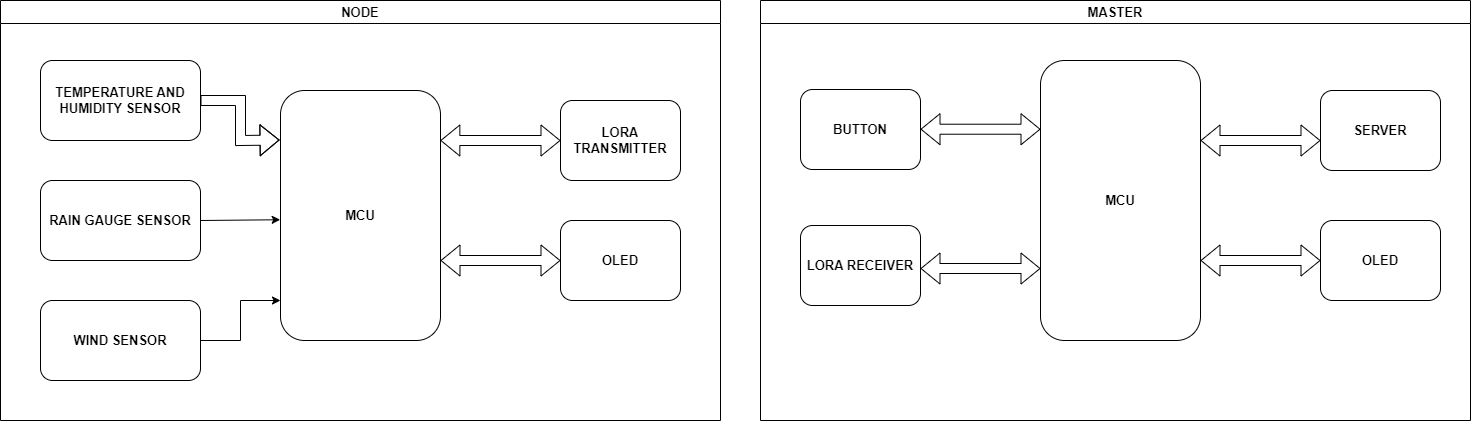
Before: Image/Sơ đồ khối/Sơ đồ khối tổng quát.png, a diagram exported from draw.io (tuanthanhhh/Weather_Monitoring_Station_System). Source tidied: cells renumbered, new cells last; positions are measured from the earlier drawing's top-left corner, leaving out a move shared by most shapes.
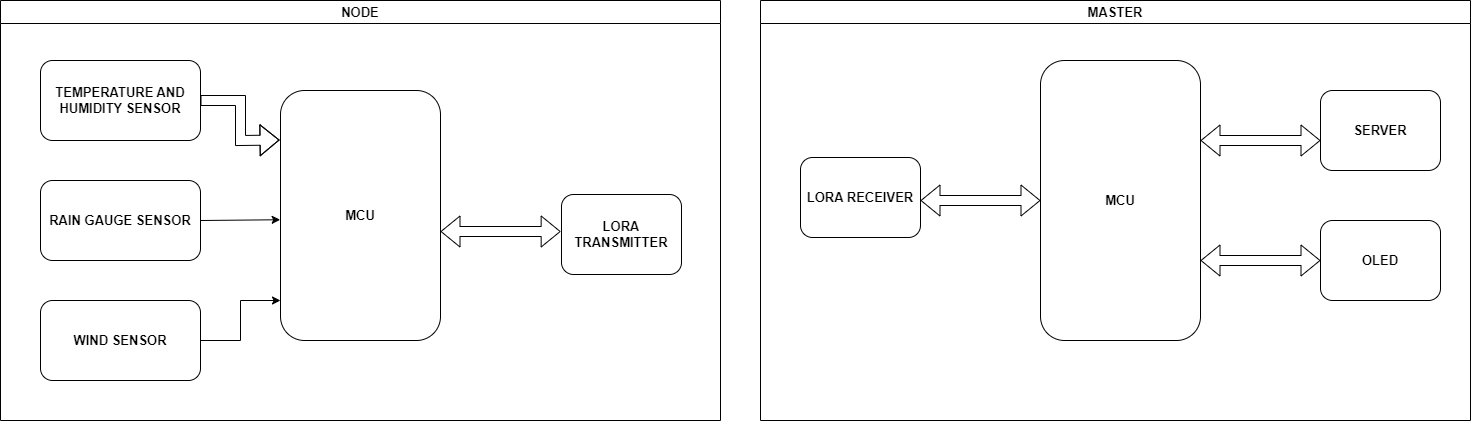
Later version of the same file.

The edit, as a diff of the source:
```diff
@@ -8,18 +8,12 @@
     <mxCell id="3" value="&lt;b style=&quot;font-size: 13px;&quot;&gt;MCU&lt;/b&gt;" style="rounded=1;whiteSpace=wrap;html=1;fontSize=13;" parent="1" vertex="1">
       <mxGeometry x="280" y="90" width="160" height="250" as="geometry" />
     </mxCell>
-    <mxCell id="4" value="LORA TRANSMITTER" style="rounded=1;whiteSpace=wrap;html=1;fontStyle=1;fontSize=13;" parent="1" vertex="1">
-      <mxGeometry x="560" y="100" width="120" height="80" as="geometry" />
-    </mxCell>
     <mxCell id="5" value="&lt;p class=&quot;Listlevel2&quot; style=&quot;text-indent: 0cm; font-size: 13px;&quot;&gt;RAIN GAUGE SENSOR&lt;/p&gt;" style="rounded=1;whiteSpace=wrap;html=1;fontStyle=1;fontSize=13;" parent="1" vertex="1">
       <mxGeometry x="40" y="180" width="160" height="80" as="geometry" />
     </mxCell>
     <mxCell id="6" value="&lt;p class=&quot;Listlevel2&quot; style=&quot;text-indent: 0cm; font-size: 13px;&quot;&gt;WIND SENSOR&lt;/p&gt;" style="rounded=1;whiteSpace=wrap;html=1;fontStyle=1;fontSize=13;" parent="1" vertex="1">
       <mxGeometry x="40" y="300" width="160" height="80" as="geometry" />
     </mxCell>
-    <mxCell id="7" value="OLED" style="rounded=1;whiteSpace=wrap;html=1;fontStyle=1;fontSize=13;" parent="1" vertex="1">
-      <mxGeometry x="560" y="220" width="120" height="80" as="geometry" />
-    </mxCell>
     <mxCell id="8" style="endArrow=classic;html=1;rounded=0;exitX=1;exitY=0.5;exitDx=0;exitDy=0;entryX=0;entryY=0.84;entryDx=0;entryDy=0;entryPerimeter=0;fontSize=13;" parent="1" edge="1" source="6" target="3">
       <mxGeometry relative="1" as="geometry">
         <Array as="points">
@@ -39,18 +33,18 @@
         </Array>
       </mxGeometry>
     </mxCell>
+    <mxCell id="13" value="NODE" style="swimlane;whiteSpace=wrap;html=1;fontSize=13;" parent="1" vertex="1">
+      <mxGeometry width="720" height="420" as="geometry" />
+    </mxCell>
-    <mxCell id="11" style="shape=flexArrow;endArrow=classic;startArrow=classic;html=1;rounded=0;entryX=0;entryY=0.5;entryDx=0;entryDy=0;exitX=0.999;exitY=0.2;exitDx=0;exitDy=0;exitPerimeter=0;fontSize=13;" parent="1" edge="1" source="3" target="4">
-      <mxGeometry relative="1" as="geometry" />
+    <mxCell id="11" style="shape=flexArrow;endArrow=classic;startArrow=classic;html=1;rounded=0;entryX=0;entryY=0.5;entryDx=0;entryDy=0;exitX=0.999;exitY=0.2;exitDx=0;exitDy=0;exitPerimeter=0;fontSize=13;" parent="13" edge="1">
+      <mxGeometry relative="1" as="geometry">
+        <mxPoint x="440" y="231" as="sourcePoint" />
+        <mxPoint x="560.2" y="231" as="targetPoint" />
+      </mxGeometry>
     </mxCell>
-    <mxCell id="12" style="shape=flexArrow;endArrow=classic;startArrow=classic;html=1;rounded=0;entryX=0;entryY=0.5;entryDx=0;entryDy=0;exitX=0.999;exitY=0.2;exitDx=0;exitDy=0;exitPerimeter=0;fontSize=13;" parent="1" edge="1">
-      <mxGeometry relative="1" as="geometry">
-        <mxPoint x="440" y="260" as="sourcePoint" />
-        <mxPoint x="560" y="260" as="targetPoint" />
-      </mxGeometry>
-    </mxCell>
-    <mxCell id="13" value="NODE" style="swimlane;whiteSpace=wrap;html=1;fontSize=13;" parent="1" vertex="1">
-      <mxGeometry width="720" height="420" as="geometry" />
-    </mxCell>
+    <mxCell id="4" value="LORA TRANSMITTER" style="rounded=1;whiteSpace=wrap;html=1;fontStyle=1;fontSize=13;" parent="13" vertex="1">
+      <mxGeometry x="561" y="194" width="120" height="80" as="geometry" />
+    </mxCell>
     <mxCell id="14" value="&lt;b style=&quot;font-size: 13px;&quot;&gt;MCU&lt;/b&gt;" style="rounded=1;whiteSpace=wrap;html=1;fontSize=13;" parent="1" vertex="1">
       <mxGeometry x="1040" y="60" width="160" height="280" as="geometry" />
     </mxCell>
@@ -76,22 +70,13 @@
       <mxGeometry x="760" width="710" height="420" as="geometry" />
     </mxCell>
     <mxCell id="20" value="LORA RECEIVER" style="rounded=1;whiteSpace=wrap;html=1;fontStyle=1;fontSize=13;" parent="19" vertex="1">
-      <mxGeometry x="40" y="225" width="120" height="80" as="geometry" />
+      <mxGeometry x="40" y="157" width="120" height="80" as="geometry" />
     </mxCell>
     <mxCell id="21" style="shape=flexArrow;endArrow=classic;startArrow=classic;html=1;rounded=0;entryX=0;entryY=0.5;entryDx=0;entryDy=0;exitX=0.999;exitY=0.2;exitDx=0;exitDy=0;exitPerimeter=0;fontSize=13;" parent="19" edge="1">
       <mxGeometry relative="1" as="geometry">
-        <mxPoint x="160" y="268" as="sourcePoint" />
-        <mxPoint x="280" y="268" as="targetPoint" />
+        <mxPoint x="160" y="200" as="sourcePoint" />
+        <mxPoint x="280" y="200" as="targetPoint" />
       </mxGeometry>
     </mxCell>
-    <mxCell id="22" value="BUTTON" style="rounded=1;whiteSpace=wrap;html=1;fontStyle=1;fontSize=13;" parent="19" vertex="1">
-      <mxGeometry x="40" y="89" width="120" height="80" as="geometry" />
-    </mxCell>
-    <mxCell id="23" style="shape=flexArrow;endArrow=classic;startArrow=classic;html=1;rounded=0;entryX=0;entryY=0.5;entryDx=0;entryDy=0;exitX=0.999;exitY=0.2;exitDx=0;exitDy=0;exitPerimeter=0;fontSize=13;" parent="19" edge="1">
-      <mxGeometry relative="1" as="geometry">
-        <mxPoint x="160" y="128.7" as="sourcePoint" />
-        <mxPoint x="280" y="128.7" as="targetPoint" />
-      </mxGeometry>
-    </mxCell>
   </root>
 </mxGraphModel>
```
